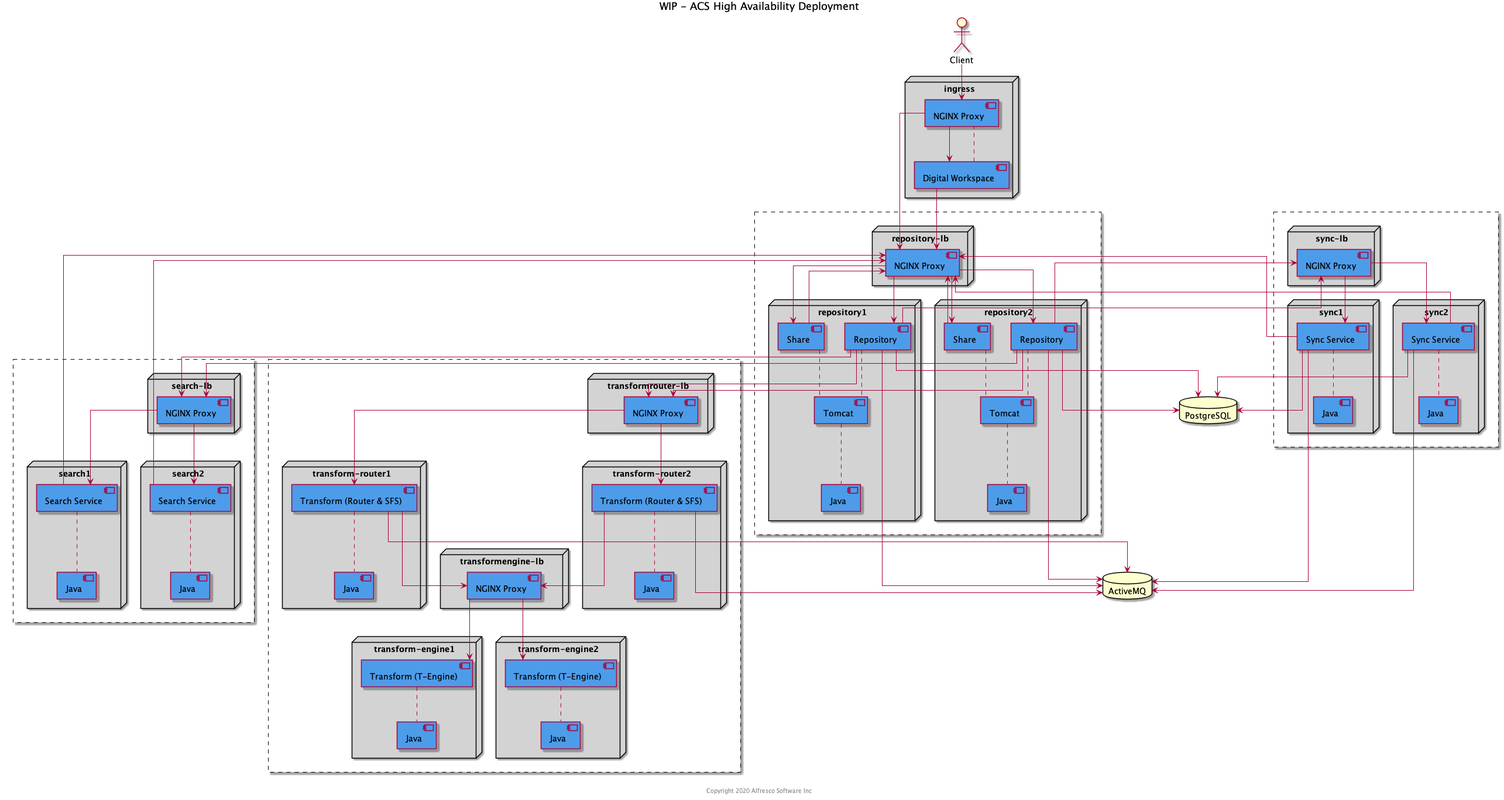
Earlier version of the PlantUML export docs/resources/acs-ha.png (Alfresco/alfresco-ansible-deployment).
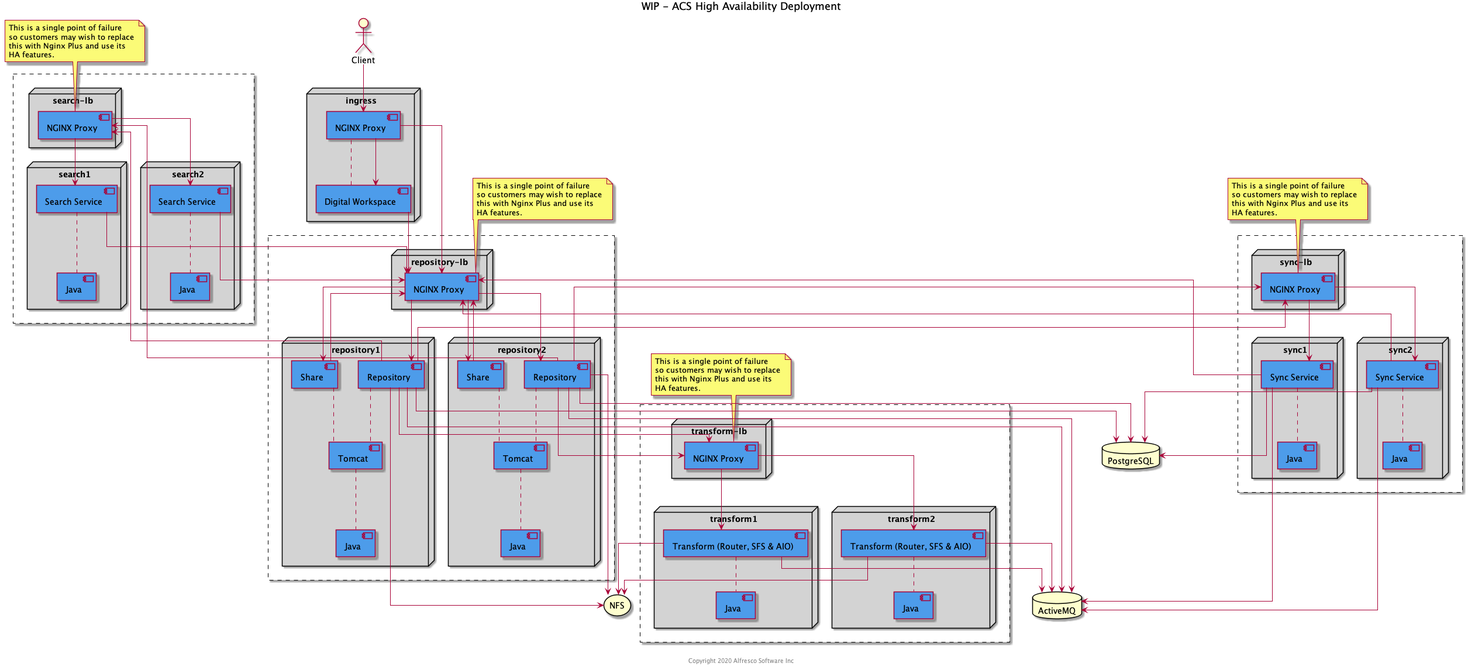
After the change.

Commit message:
OPSEXP-25: Update Diagrams (#5)

Change to the diagram source:
```diff
@@ -53,32 +53,18 @@
 }
 
 rectangle {
-    node "transformrouter-lb" as transformrouterlbnode #lightgrey {
-        component "NGINX Proxy" as transformrouterlb #4d9cea
+    node "transform-lb" as transformlbnode #lightgrey {
+        component "NGINX Proxy" as transformlb #4d9cea
     }
 
-    node "transform-router1" as transformrouternode1 #lightgrey {
-        component "Transform (Router & SFS)" as transformrouter1 #4d9cea
-        component "Java" as transformrouterjava1 #4d9cea
+    node "transform1" as transformnode1 #lightgrey {
+        component "Transform (Router, SFS & AIO)" as transform1 #4d9cea
+        component "Java" as transformjava1 #4d9cea
     }
 
-    node "transform-router2" as transformrouternode2 #lightgrey {
-        component "Transform (Router & SFS)" as transformrouter2 #4d9cea
-        component "Java" as transformrouterjava2 #4d9cea
-    }
-
-    node "transformengine-lb" as transformenginelbnode #lightgrey {
-        component "NGINX Proxy" as transformenginelb #4d9cea
-    }
-
-    node "transform-engine1" as transformenginenode1 #lightgrey {
-        component "Transform (T-Engine)" as transformengine1 #4d9cea
-        component "Java" as transformenginejava1 #4d9cea
-    }
-
-    node "transform-engine2" as transformenginenode2 #lightgrey {
-        component "Transform (T-Engine)" as transformengine2 #4d9cea
-        component "Java" as transformenginejava2 #4d9cea
+    node "transform2" as transformnode2 #lightgrey {
+        component "Transform (Router, SFS & AIO)" as transform2 #4d9cea
+        component "Java" as transformjava2 #4d9cea
     }
 }
 
@@ -100,6 +86,35 @@
 
 database "ActiveMQ" as amq
 database "PostgreSQL" as psql
+storage "NFS" as nfs
+
+note top of repolb
+This is a single point of failure
+so customers may wish to replace
+this with Nginx Plus and use its
+HA features.
+end note
+
+note top of searchlb
+This is a single point of failure
+so customers may wish to replace
+this with Nginx Plus and use its
+HA features.
+end note
+
+note top of transformlb
+This is a single point of failure
+so customers may wish to replace
+this with Nginx Plus and use its
+HA features.
+end note
+
+note top of synclb
+This is a single point of failure
+so customers may wish to replace
+this with Nginx Plus and use its
+HA features.
+end note
 
 adw .. proxy
 repo1 .. tomcat1
@@ -110,10 +125,8 @@
 tomcat2 .. repojava2
 search1 .. searchjava1
 search2 .. searchjava2
-transformrouter1 .. transformrouterjava1
-transformrouter2 .. transformrouterjava2
-transformengine1 .. transformenginejava1
-transformengine2 .. transformenginejava2
+transform1 .. transformjava1
+transform2 .. transformjava2
 sync1 .. syncjava1
 sync2 .. syncjava2
 
@@ -128,12 +141,8 @@
 repolb -down-> share2
 searchlb -down-> search1
 searchlb -down-> search2
-transformrouterlb -down-> transformrouter1
-transformrouterlb -down-> transformrouter2
-transformrouter1 -down-> transformenginelb
-transformrouter2 -down-> transformenginelb
-transformenginelb -down-> transformengine1
-transformenginelb -down-> transformengine2
+transformlb -down-> transform1
+transformlb -down-> transform2
 synclb -down-> sync1
 synclb -down-> sync2
 
@@ -146,8 +155,8 @@
 repo1 --> amq
 repo2 --> amq
 
-repo1 --> transformrouterlb
-repo2 --> transformrouterlb
+repo1 --> transformlb
+repo2 --> transformlb
 
 repo1 --> searchlb
 repo2 --> searchlb
@@ -159,13 +168,17 @@
 sync1 --> repolb
 sync2 --> repolb
 
-transformrouter1 --> amq
-transformrouter2 --> amq
+transform1 --> amq
+transform2 --> amq
 
 sync1 --> amq
 sync2 --> amq
 sync1 --> psql
 sync2 --> psql
+repo1 --> nfs
+repo2 --> nfs
+transform1 --> nfs
+transform2 --> nfs
 
 center footer Copyright 2020 Alfresco Software Inc
 
```
